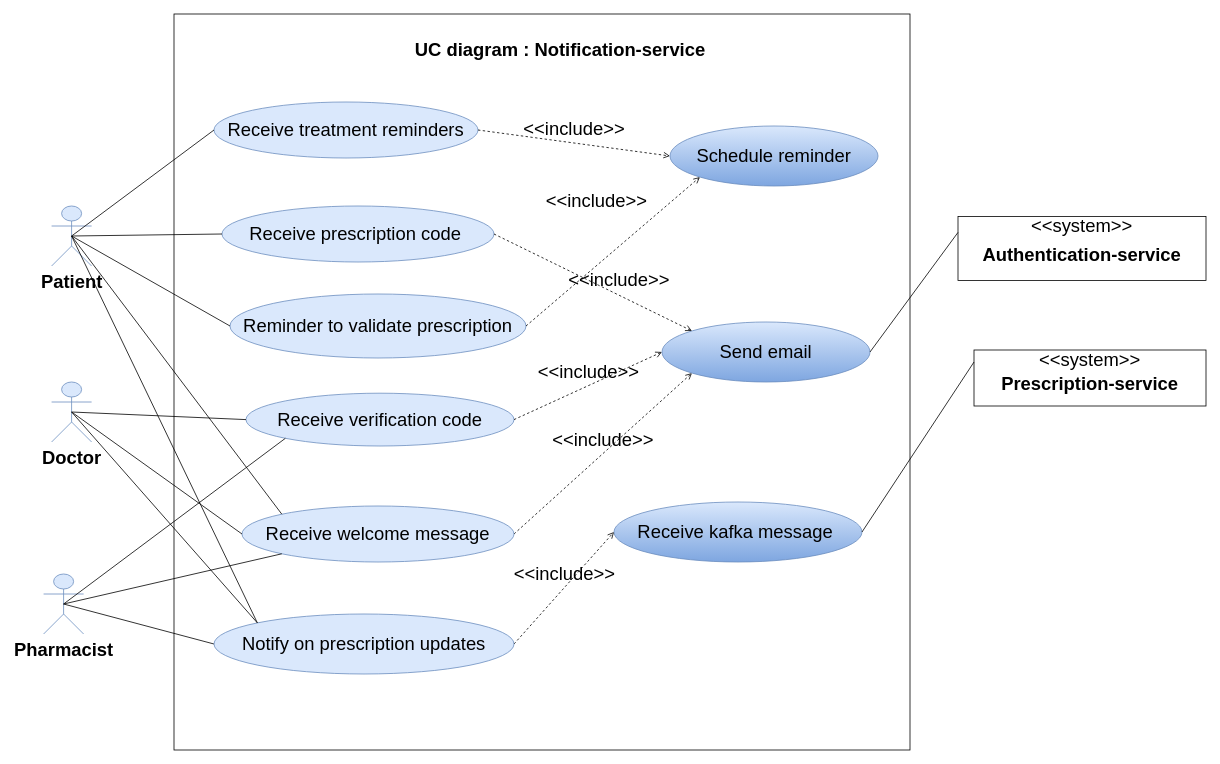
This is Use case_diagram/Notifications use case diagram.drawio from siwar630/Conception-pfe, a draw.io file, before an edit. Source tidied: cells renumbered, new cells numbered last; positions are measured from the earlier drawing's top-left corner, leaving out a move shared by most shapes. Both pictures are drawn from the tidied source at 80%, with x=0, y=0 at pixel (43, 14).
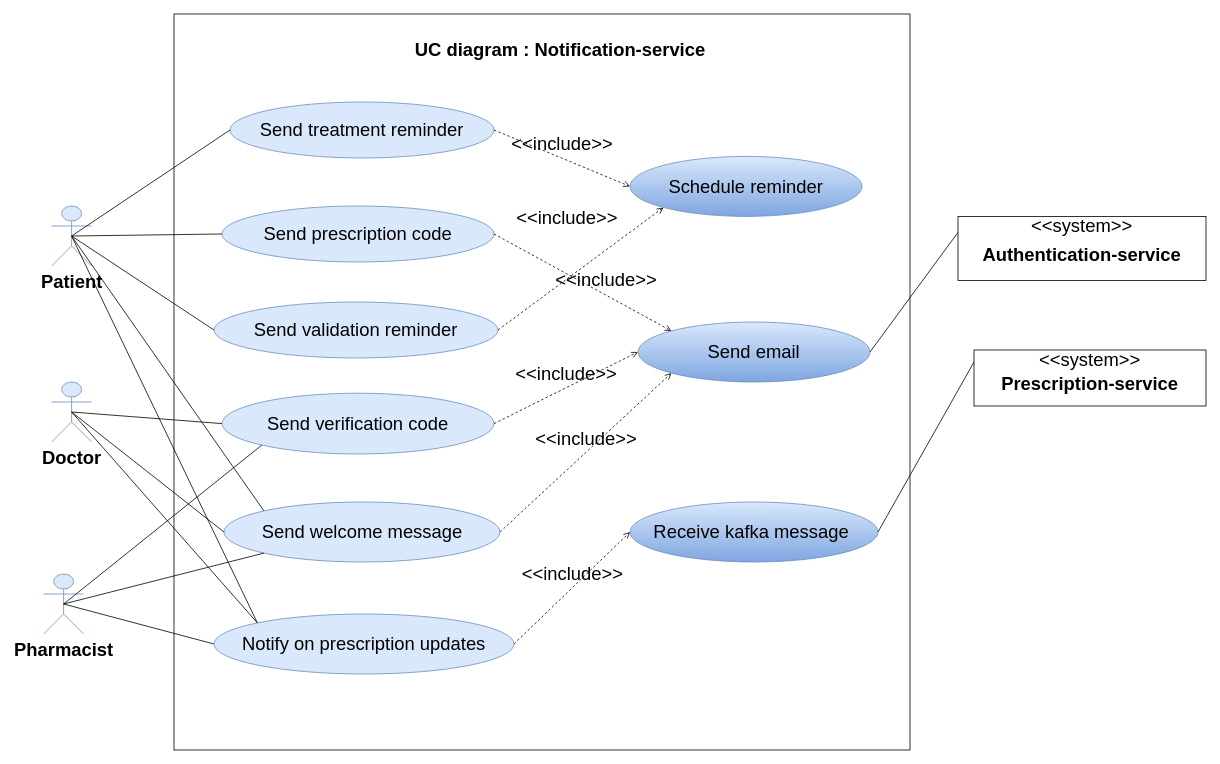
After the change.

Commit message:
Mettre à jour Notifications use case diagram.drawio

What changed in the source:
```diff
@@
-    <mxCell id="5" value="Receive treatment reminders" style="ellipse;whiteSpace=wrap;html=1;fillColor=#dae8fc;strokeColor=#6c8ebf;fontSize=23;" parent="1" vertex="1">
-      <mxGeometry x="213" y="110" width="330" height="70" as="geometry" />
+    <mxCell id="5" value="Send treatment reminder" style="ellipse;whiteSpace=wrap;html=1;fillColor=#dae8fc;strokeColor=#6c8ebf;fontSize=23;" parent="1" vertex="1">
+      <mxGeometry x="233" y="110" width="330" height="70" as="geometry" />
     </mxCell>
-    <mxCell id="6" value="&lt;table&gt;&lt;tbody&gt;&lt;tr&gt;&lt;td&gt;Receive verification code&lt;table&gt;&lt;tbody&gt;&lt;tr&gt;&lt;/tr&gt;&lt;/tbody&gt;&lt;/table&gt;&lt;/td&gt;&lt;/tr&gt;&lt;/tbody&gt;&lt;/table&gt;" style="ellipse;whiteSpace=wrap;html=1;fillColor=#dae8fc;strokeColor=#6c8ebf;fontSize=23;" parent="1" vertex="1">
-      <mxGeometry x="253" y="474" width="335" height="66" as="geometry" />
+    <mxCell id="6" value="&lt;table&gt;&lt;tbody&gt;&lt;tr&gt;&lt;td&gt;Send verification code&lt;table&gt;&lt;tbody&gt;&lt;tr&gt;&lt;/tr&gt;&lt;/tbody&gt;&lt;/table&gt;&lt;/td&gt;&lt;/tr&gt;&lt;/tbody&gt;&lt;/table&gt;" style="ellipse;whiteSpace=wrap;html=1;fillColor=#dae8fc;strokeColor=#6c8ebf;fontSize=23;" parent="1" vertex="1">
+      <mxGeometry x="223" y="474" width="340" height="76" as="geometry" />
     </mxCell>
     <mxCell id="7" value="&lt;table&gt;&lt;tbody&gt;&lt;tr&gt;&lt;td&gt;Receive kafka message&amp;nbsp;&lt;table&gt;&lt;tbody&gt;&lt;tr&gt;&lt;/tr&gt;&lt;/tbody&gt;&lt;/table&gt;&lt;/td&gt;&lt;/tr&gt;&lt;/tbody&gt;&lt;/table&gt;" style="ellipse;whiteSpace=wrap;html=1;fillColor=#dae8fc;strokeColor=#6c8ebf;gradientColor=#7ea6e0;fontSize=23;" parent="1" vertex="1">
-      <mxGeometry x="713" y="610" width="310" height="75" as="geometry" />
+      <mxGeometry x="733" y="610" width="310" height="75" as="geometry" />
     </mxCell>
@@
-    <mxCell id="9" value="&lt;br&gt;&lt;table&gt;&lt;tbody&gt;&lt;tr&gt;&lt;td&gt;Reminder to validate prescription&lt;table&gt;&lt;tbody&gt;&lt;tr&gt;&lt;/tr&gt;&lt;/tbody&gt;&lt;/table&gt;&lt;/td&gt;&lt;/tr&gt;&lt;/tbody&gt;&lt;/table&gt;&lt;div&gt;&lt;br&gt;&lt;/div&gt;" style="ellipse;whiteSpace=wrap;html=1;fillColor=#dae8fc;strokeColor=#6c8ebf;fontSize=23;" parent="1" vertex="1">
-      <mxGeometry x="233" y="350" width="370" height="80" as="geometry" />
+    <mxCell id="9" value="&lt;div&gt;Send validation reminder&lt;/div&gt;" style="ellipse;whiteSpace=wrap;html=1;fillColor=#dae8fc;strokeColor=#6c8ebf;fontSize=23;" parent="1" vertex="1">
+      <mxGeometry x="213" y="360" width="355" height="70" as="geometry" />
     </mxCell>
@@
     <mxCell id="25" value="&lt;table&gt;&lt;tbody&gt;&lt;tr&gt;&lt;td&gt;Schedule reminder&lt;table&gt;&lt;tbody&gt;&lt;tr&gt;&lt;/tr&gt;&lt;/tbody&gt;&lt;/table&gt;&lt;/td&gt;&lt;/tr&gt;&lt;/tbody&gt;&lt;/table&gt;" style="ellipse;whiteSpace=wrap;html=1;fillColor=#dae8fc;strokeColor=#6c8ebf;gradientColor=#7ea6e0;fontSize=23;" parent="1" vertex="1">
-      <mxGeometry x="783" y="140" width="260" height="75" as="geometry" />
+      <mxGeometry x="733" y="178" width="290" height="75" as="geometry" />
     </mxCell>
     <mxCell id="26" value="&lt;table&gt;&lt;tbody&gt;&lt;tr&gt;&lt;td&gt;Send email&lt;table&gt;&lt;tbody&gt;&lt;tr&gt;&lt;/tr&gt;&lt;/tbody&gt;&lt;/table&gt;&lt;/td&gt;&lt;/tr&gt;&lt;/tbody&gt;&lt;/table&gt;" style="ellipse;whiteSpace=wrap;html=1;fillColor=#dae8fc;strokeColor=#6c8ebf;gradientColor=#7ea6e0;fontSize=23;" parent="1" vertex="1">
-      <mxGeometry x="773" y="385" width="260" height="75" as="geometry" />
+      <mxGeometry x="743" y="385" width="290" height="75" as="geometry" />
     </mxCell>
@@
-    <mxCell id="30" value="&lt;table&gt;&lt;tbody&gt;&lt;tr&gt;&lt;td&gt;Receive welcome message&lt;table&gt;&lt;tbody&gt;&lt;tr&gt;&lt;/tr&gt;&lt;/tbody&gt;&lt;/table&gt;&lt;/td&gt;&lt;/tr&gt;&lt;/tbody&gt;&lt;/table&gt;" style="ellipse;whiteSpace=wrap;html=1;fillColor=#dae8fc;strokeColor=#6c8ebf;fontSize=23;" parent="1" vertex="1">
-      <mxGeometry x="248" y="615" width="340" height="70" as="geometry" />
+    <mxCell id="30" value="&lt;table&gt;&lt;tbody&gt;&lt;tr&gt;&lt;td&gt;Send welcome message&lt;table&gt;&lt;tbody&gt;&lt;tr&gt;&lt;/tr&gt;&lt;/tbody&gt;&lt;/table&gt;&lt;/td&gt;&lt;/tr&gt;&lt;/tbody&gt;&lt;/table&gt;" style="ellipse;whiteSpace=wrap;html=1;fillColor=#dae8fc;strokeColor=#6c8ebf;fontSize=23;" parent="1" vertex="1">
+      <mxGeometry x="225.5" y="610" width="345" height="75" as="geometry" />
     </mxCell>
@@
-    <mxCell id="37" value="&lt;table&gt;&lt;tbody&gt;&lt;tr&gt;&lt;td&gt;Receive prescription code&amp;nbsp;&lt;table&gt;&lt;tbody&gt;&lt;tr&gt;&lt;/tr&gt;&lt;/tbody&gt;&lt;/table&gt;&lt;/td&gt;&lt;/tr&gt;&lt;/tbody&gt;&lt;/table&gt;" style="ellipse;whiteSpace=wrap;html=1;fillColor=#dae8fc;strokeColor=#6c8ebf;fontSize=23;" parent="1" vertex="1">
+    <mxCell id="37" value="&lt;table&gt;&lt;tbody&gt;&lt;tr&gt;&lt;td&gt;Send prescription code&lt;table&gt;&lt;tbody&gt;&lt;tr&gt;&lt;/tr&gt;&lt;/tbody&gt;&lt;/table&gt;&lt;/td&gt;&lt;/tr&gt;&lt;/tbody&gt;&lt;/table&gt;" style="ellipse;whiteSpace=wrap;html=1;fillColor=#dae8fc;strokeColor=#6c8ebf;fontSize=23;" parent="1" vertex="1">
       <mxGeometry x="223" y="240" width="340" height="70" as="geometry" />
     </mxCell>
```
